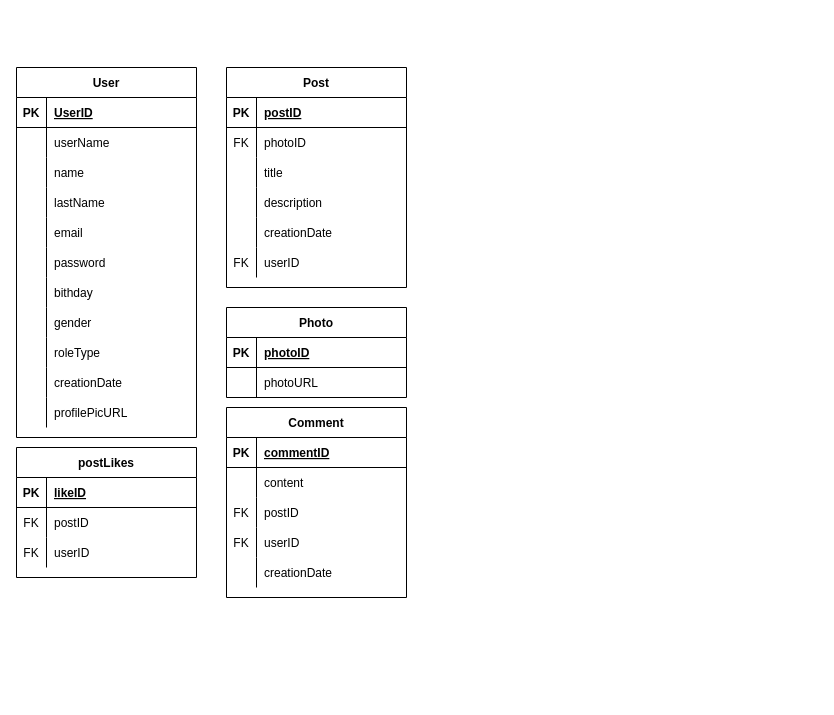
Earlier version of the draw.io diagram Documentos/Untitled Diagram.drawio (mlinang/proyectociclo3). Source tidied: cells renumbered, new cells numbered last; positions are measured from the earlier drawing's top-left corner, leaving out a move shared by most shapes. Both pictures are drawn from the tidied source at 100%, with x=0, y=0 at pixel (16, 67).
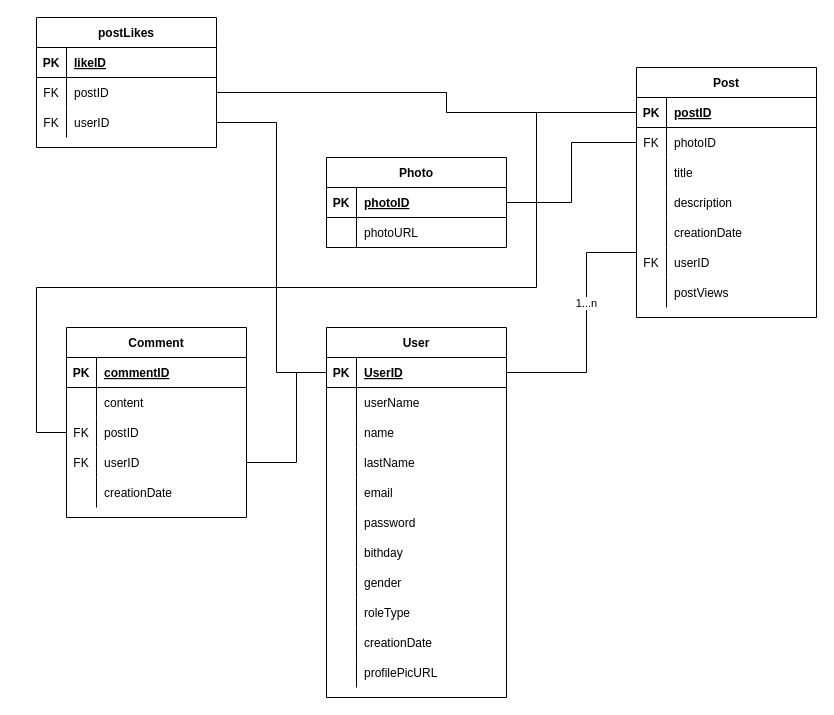
The same diagram, later.

Unchanged cells that the change refers to:
```xml
<mxCell id="3" style="shape=partialRectangle;fillColor=none;top=0;left=0;bottom=1;right=0;points=[[0,0.5],[1,0.5]];portConstraint=eastwest;" parent="2" vertex="1">
  <mxGeometry y="30" width="180" height="30" as="geometry" />
</mxCell>
<mxCell id="6" style="shape=partialRectangle;fillColor=none;top=0;left=0;bottom=0;right=0;points=[[0,0.5],[1,0.5]];portConstraint=eastwest;" parent="2" vertex="1">
  <mxGeometry y="60" width="180" height="30" as="geometry" />
</mxCell>
<mxCell id="18" style="shape=partialRectangle;fillColor=none;top=0;left=0;bottom=0;right=0;points=[[0,0.5],[1,0.5]];portConstraint=eastwest;" parent="2" vertex="1">
  <mxGeometry y="180" width="180" height="30" as="geometry" />
</mxCell>
<mxCell id="22" style="shape=partialRectangle;fillColor=none;top=0;left=0;bottom=1;right=0;points=[[0,0.5],[1,0.5]];portConstraint=eastwest;" parent="21" vertex="1">
  <mxGeometry y="30" width="180" height="30" as="geometry" />
</mxCell>
<mxCell id="56" style="shape=partialRectangle;fillColor=none;top=0;left=0;bottom=1;right=0;points=[[0,0.5],[1,0.5]];portConstraint=eastwest;" parent="55" vertex="1">
  <mxGeometry y="30" width="180" height="30" as="geometry" />
</mxCell>
<mxCell id="69" style="shape=partialRectangle;fillColor=none;top=0;left=0;bottom=0;right=0;points=[[0,0.5],[1,0.5]];portConstraint=eastwest;" parent="62" vertex="1">
  <mxGeometry y="90" width="180" height="30" as="geometry" />
</mxCell>
<mxCell id="72" style="shape=partialRectangle;fillColor=none;top=0;left=0;bottom=0;right=0;points=[[0,0.5],[1,0.5]];portConstraint=eastwest;" parent="62" vertex="1">
  <mxGeometry y="120" width="180" height="30" as="geometry" />
</mxCell>
<mxCell id="82" style="shape=partialRectangle;fillColor=none;top=0;left=0;bottom=0;right=0;points=[[0,0.5],[1,0.5]];portConstraint=eastwest;" parent="78" vertex="1">
  <mxGeometry y="60" width="180" height="30" as="geometry" />
</mxCell>
<mxCell id="85" style="shape=partialRectangle;fillColor=none;top=0;left=0;bottom=0;right=0;points=[[0,0.5],[1,0.5]];portConstraint=eastwest;" parent="78" vertex="1">
  <mxGeometry y="90" width="180" height="30" as="geometry" />
</mxCell>
```

What changed in the source:
```diff
@@
     <mxCell id="2" value="Post" style="shape=table;startSize=30;childLayout=tableLayout;rowLines=0;fontStyle=1;align=center;" parent="1" vertex="1">
-      <mxGeometry x="210" width="180" height="220" as="geometry" />
+      <mxGeometry x="620" width="180" height="250" as="geometry" />
     </mxCell>
@@
+    <mxCell id="88" style="shape=partialRectangle;fillColor=none;top=0;left=0;bottom=0;right=0;" parent="2" vertex="1">
+      <mxGeometry y="210" width="180" height="30" as="geometry" />
+    </mxCell>
+    <mxCell id="89" style="shape=partialRectangle;fillColor=none;top=0;left=0;bottom=0;right=0;overflow=hidden;" parent="88" vertex="1">
+      <mxGeometry width="30" height="30" as="geometry" />
+    </mxCell>
+    <mxCell id="90" value="postViews" style="shape=partialRectangle;fillColor=none;top=0;left=0;bottom=0;right=0;align=left;spacingLeft=6;overflow=hidden;" parent="88" vertex="1">
+      <mxGeometry x="30" width="150" height="30" as="geometry" />
+    </mxCell>
     <mxCell id="21" value="User" style="shape=table;startSize=30;childLayout=tableLayout;rowLines=0;fontStyle=1;align=center;" parent="1" vertex="1">
-      <mxGeometry width="180" height="370" as="geometry" />
+      <mxGeometry x="310" y="260" width="180" height="370" as="geometry" />
     </mxCell>
@@
     <mxCell id="55" value="Photo" style="shape=table;startSize=30;childLayout=tableLayout;rowLines=0;fontStyle=1;align=center;" parent="1" vertex="1">
-      <mxGeometry x="210" y="240" width="180" height="90" as="geometry" />
+      <mxGeometry x="310" y="90" width="180" height="90" as="geometry" />
     </mxCell>
@@
     <mxCell id="62" value="Comment" style="shape=table;startSize=30;childLayout=tableLayout;rowLines=0;fontStyle=1;align=center;" parent="1" vertex="1">
-      <mxGeometry x="210" y="340" width="180" height="190" as="geometry" />
+      <mxGeometry x="50" y="260" width="180" height="190" as="geometry" />
     </mxCell>
@@
     <mxCell id="78" value="postLikes" style="shape=table;startSize=30;childLayout=tableLayout;rowLines=0;fontStyle=1;align=center;" parent="1" vertex="1">
-      <mxGeometry y="380" width="180" height="130" as="geometry" />
+      <mxGeometry x="20" y="-50" width="180" height="130" as="geometry" />
     </mxCell>
@@
+    <mxCell id="91" style="edgeStyle=orthogonalEdgeStyle;rounded=0;jettySize=auto;html=1;entryX=0;entryY=0.5;entryDx=0;entryDy=0;endArrow=none;endFill=0;" parent="1" edge="1" source="22" target="18">
+      <mxGeometry relative="1" as="geometry">
+        <Array as="points">
+          <mxPoint x="570" y="305" />
+          <mxPoint x="570" y="185" />
+          <mxPoint x="620" y="185" />
+        </Array>
+      </mxGeometry>
+    </mxCell>
+    <mxCell id="92" value="1...n" style="edgeLabel;html=1;align=center;verticalAlign=middle;rotation=0;spacingTop=5;spacing=5;spacingLeft=5;spacingRight=5;spacingBottom=5;" parent="91" vertex="1">
+      <mxGeometry x="0.15" y="1" relative="1" as="geometry" />
+    </mxCell>
+    <mxCell id="93" style="edgeStyle=orthogonalEdgeStyle;rounded=0;jettySize=auto;html=1;entryX=0;entryY=0.5;entryDx=0;entryDy=0;endArrow=none;endFill=0;" parent="1" edge="1" source="69" target="3">
+      <mxGeometry relative="1" as="geometry">
+        <Array as="points">
+          <mxPoint x="20" y="365" />
+          <mxPoint x="20" y="220" />
+          <mxPoint x="520" y="220" />
+          <mxPoint x="520" y="45" />
+        </Array>
+      </mxGeometry>
+    </mxCell>
+    <mxCell id="94" style="edgeStyle=orthogonalEdgeStyle;rounded=0;jettySize=auto;html=1;entryX=0;entryY=0.5;entryDx=0;entryDy=0;endArrow=none;endFill=0;" parent="1" edge="1" source="72" target="22">
+      <mxGeometry relative="1" as="geometry">
+        <Array as="points">
+          <mxPoint x="280" y="395" />
+          <mxPoint x="280" y="305" />
+        </Array>
+      </mxGeometry>
+    </mxCell>
+    <mxCell id="95" style="edgeStyle=orthogonalEdgeStyle;rounded=0;jettySize=auto;html=1;entryX=0;entryY=0.5;entryDx=0;entryDy=0;endArrow=none;endFill=0;" parent="1" edge="1" source="82" target="3">
+      <mxGeometry relative="1" as="geometry">
+        <Array as="points">
+          <mxPoint x="430" y="25" />
+          <mxPoint x="430" y="45" />
+        </Array>
+      </mxGeometry>
+    </mxCell>
+    <mxCell id="96" style="edgeStyle=orthogonalEdgeStyle;rounded=0;jettySize=auto;html=1;entryX=0;entryY=0.5;entryDx=0;entryDy=0;endArrow=none;endFill=0;" parent="1" edge="1" source="85" target="22">
+      <mxGeometry relative="1" as="geometry">
+        <Array as="points">
+          <mxPoint x="260" y="55" />
+          <mxPoint x="260" y="305" />
+        </Array>
+      </mxGeometry>
+    </mxCell>
+    <mxCell id="97" style="edgeStyle=orthogonalEdgeStyle;rounded=0;jettySize=auto;html=1;entryX=1;entryY=0.5;entryDx=0;entryDy=0;endArrow=none;endFill=0;" parent="1" edge="1" source="6" target="56">
+      <mxGeometry relative="1" as="geometry" />
+    </mxCell>
```
